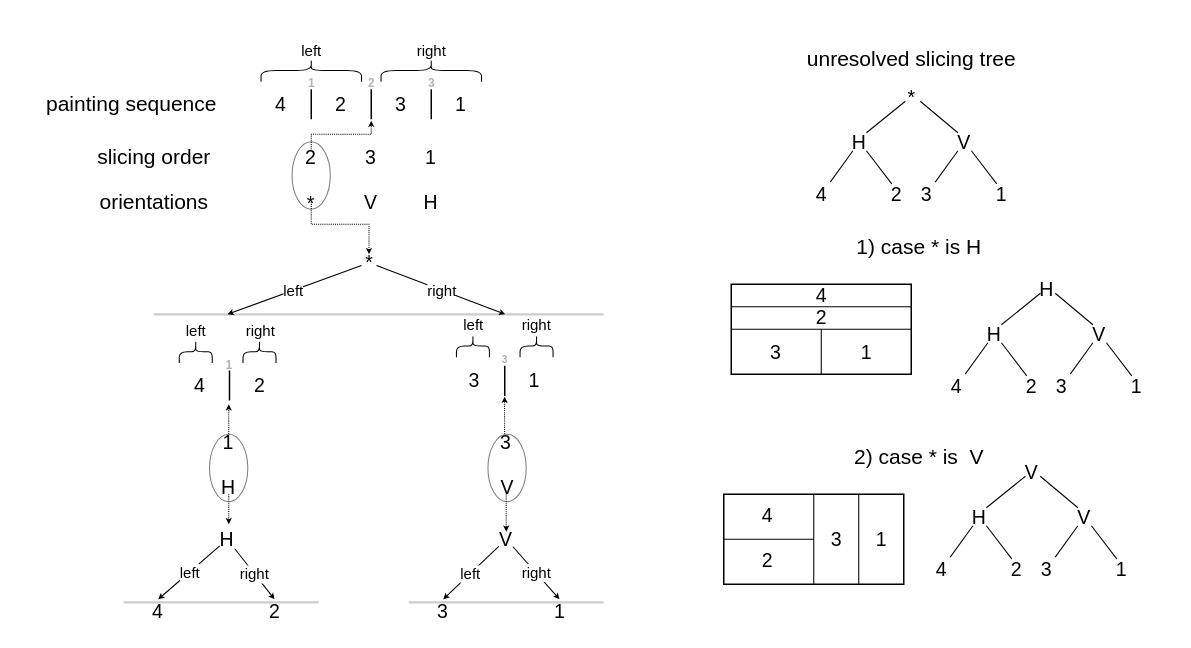
TaIos/master-thesis keeps this draw.io diagram as src/thesis/figures/slicing_tree_construction.drawio. Above is the earlier version. Source tidied: cells renumbered, new cells numbered last; positions are measured from the earlier drawing's top-left corner, leaving out a move shared by most shapes. Both pictures are drawn from the tidied source at 150%, with x=0, y=0 at pixel (26, 26).
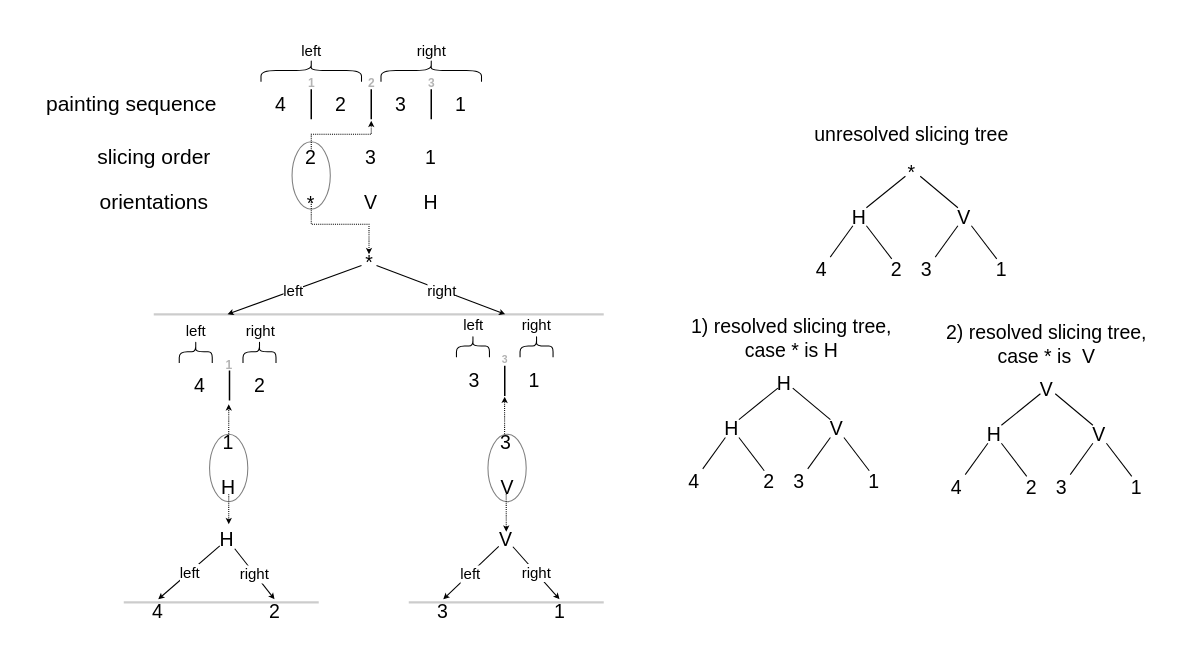
The same page after the edit.

Commit message (it also covers changes not shown here):
writing: remove layout from slicing tree construction

Change to the diagram source:
```diff
@@
-    <mxCell id="72" style="rounded=0;whiteSpace=wrap;html=1;fontFamily=Helvetica;fontSize=13;fontColor=none;fillColor=none;gradientColor=none;" parent="1" vertex="1">
-      <mxGeometry x="470" y="172" width="120" height="60" as="geometry" />
-    </mxCell>
-    <mxCell id="73" style="endArrow=none;html=1;rounded=0;labelBackgroundColor=default;strokeColor=default;strokeWidth=0.7;fontFamily=Helvetica;fontSize=13;fontColor=none;endSize=2;shape=connector;exitX=0;exitY=0.5;exitDx=0;exitDy=0;entryX=1;entryY=0.5;entryDx=0;entryDy=0;" parent="1" edge="1" source="72" target="72">
-      <mxGeometry relative="1" as="geometry" />
-    </mxCell>
-    <mxCell id="74" style="endArrow=none;html=1;rounded=0;labelBackgroundColor=default;strokeColor=default;strokeWidth=0.7;fontFamily=Helvetica;fontSize=13;fontColor=none;endSize=2;shape=connector;entryX=0.5;entryY=1;entryDx=0;entryDy=0;" parent="1" edge="1" target="72">
-      <mxGeometry relative="1" as="geometry">
-        <mxPoint x="530" y="202" as="sourcePoint" />
-      </mxGeometry>
-    </mxCell>
-    <mxCell id="75" style="endArrow=none;html=1;rounded=0;labelBackgroundColor=default;strokeColor=default;strokeWidth=0.7;fontFamily=Helvetica;fontSize=13;fontColor=none;endSize=2;shape=connector;exitX=0;exitY=0.5;exitDx=0;exitDy=0;entryX=1;entryY=0.5;entryDx=0;entryDy=0;" parent="1" edge="1">
-      <mxGeometry relative="1" as="geometry">
-        <mxPoint x="470" y="187" as="sourcePoint" />
-        <mxPoint x="590" y="187" as="targetPoint" />
-      </mxGeometry>
-    </mxCell>
-    <mxCell id="76" value="&lt;font style=&quot;font-size: 14px;&quot;&gt;1) case * is&amp;nbsp;H&lt;/font&gt;" style="text;html=1;align=center;verticalAlign=middle;strokeColor=none;fillColor=none;fontSize=13;fontFamily=Helvetica;fontColor=none;" parent="1" vertex="1">
-      <mxGeometry x="540" y="132" width="110" height="30" as="geometry" />
+    <mxCell id="76" value="&lt;font style=&quot;font-size: 13px;&quot;&gt;1) resolved slicing tree,&lt;br&gt;case * is&amp;nbsp;H&lt;/font&gt;" style="text;html=1;align=center;verticalAlign=middle;strokeColor=none;fillColor=none;fontSize=13;fontFamily=Helvetica;fontColor=none;" parent="1" vertex="1">
+      <mxGeometry x="430" y="188.2" width="160" height="40" as="geometry" />
     </mxCell>
     <mxCell id="77" style="group;" parent="1" vertex="1">
-      <mxGeometry x="515" y="32" width="150" height="95" as="geometry" />
+      <mxGeometry x="515" y="82" width="150" height="95" as="geometry" />
     </mxCell>
@@
     <mxCell id="91" style="group;" parent="1" vertex="1">
-      <mxGeometry x="595" y="282" width="150" height="95" as="geometry" />
+      <mxGeometry x="605" y="227" width="150" height="95" as="geometry" />
     </mxCell>
@@
-    <mxCell id="105" value="3" style="text;html=1;strokeColor=none;fillColor=none;align=center;verticalAlign=middle;whiteSpace=wrap;rounded=0;fontFamily=Helvetica;fontSize=13;fontColor=none;" parent="1" vertex="1">
-      <mxGeometry x="470" y="202" width="60" height="30" as="geometry" />
-    </mxCell>
-    <mxCell id="106" value="1" style="text;html=1;align=center;verticalAlign=middle;strokeColor=none;fillColor=none;fontSize=13;fontFamily=Helvetica;fontColor=none;" parent="1" vertex="1">
-      <mxGeometry x="545" y="202" width="30" height="30" as="geometry" />
-    </mxCell>
-    <mxCell id="107" value="2" style="text;html=1;align=center;verticalAlign=middle;strokeColor=none;fillColor=none;fontSize=13;fontFamily=Helvetica;fontColor=none;" parent="1" vertex="1">
-      <mxGeometry x="515" y="179" width="30" height="30" as="geometry" />
-    </mxCell>
-    <mxCell id="108" value="4" style="text;html=1;align=center;verticalAlign=middle;strokeColor=none;fillColor=none;fontSize=13;fontFamily=Helvetica;fontColor=none;" parent="1" vertex="1">
-      <mxGeometry x="515" y="164" width="30" height="30" as="geometry" />
-    </mxCell>
     <mxCell id="109" style="group;" parent="1" vertex="1">
-      <mxGeometry x="605" y="160" width="150" height="95" as="geometry" />
+      <mxGeometry x="430" y="223.2" width="150" height="95" as="geometry" />
     </mxCell>
@@
-    <mxCell id="123" style="rounded=0;whiteSpace=wrap;html=1;fontFamily=Helvetica;fontSize=13;fontColor=none;fillColor=none;gradientColor=none;" parent="1" vertex="1">
-      <mxGeometry x="465" y="312" width="120" height="60" as="geometry" />
-    </mxCell>
-    <mxCell id="124" value="&lt;font style=&quot;font-size: 14px;&quot;&gt;2) case * is&amp;nbsp; V&lt;/font&gt;" style="text;html=1;align=center;verticalAlign=middle;strokeColor=none;fillColor=none;fontSize=13;fontFamily=Helvetica;fontColor=none;" parent="1" vertex="1">
-      <mxGeometry x="540" y="272" width="110" height="30" as="geometry" />
+    <mxCell id="124" value="&lt;font style=&quot;font-size: 13px;&quot;&gt;2) resolved slicing tree,&lt;br&gt;case * is&amp;nbsp; V&lt;/font&gt;" style="text;html=1;align=center;verticalAlign=middle;strokeColor=none;fillColor=none;fontSize=13;fontFamily=Helvetica;fontColor=none;" parent="1" vertex="1">
+      <mxGeometry x="600" y="192" width="160" height="40" as="geometry" />
     </mxCell>
-    <mxCell id="125" style="endArrow=none;html=1;rounded=0;labelBackgroundColor=default;strokeColor=default;strokeWidth=0.7;fontFamily=Helvetica;fontSize=13;fontColor=none;endSize=2;shape=connector;exitX=0.5;exitY=1;exitDx=0;exitDy=0;entryX=0.5;entryY=0;entryDx=0;entryDy=0;" parent="1" edge="1" source="123" target="123">
-      <mxGeometry relative="1" as="geometry" />
-    </mxCell>
-    <mxCell id="126" style="endArrow=none;html=1;rounded=0;labelBackgroundColor=default;strokeColor=default;strokeWidth=0.7;fontFamily=Helvetica;fontSize=13;fontColor=none;endSize=2;shape=connector;exitX=0;exitY=0.5;exitDx=0;exitDy=0;" parent="1" edge="1" source="123">
-      <mxGeometry relative="1" as="geometry">
-        <mxPoint x="525" y="342" as="targetPoint" />
-      </mxGeometry>
-    </mxCell>
-    <mxCell id="127" style="endArrow=none;html=1;rounded=0;labelBackgroundColor=default;strokeColor=default;strokeWidth=0.7;fontFamily=Helvetica;fontSize=13;fontColor=none;endSize=2;shape=connector;entryX=0.75;entryY=0;entryDx=0;entryDy=0;exitX=0.75;exitY=1;exitDx=0;exitDy=0;" parent="1" edge="1" source="123" target="123">
-      <mxGeometry relative="1" as="geometry" />
-    </mxCell>
-    <mxCell id="128" value="4" style="text;html=1;align=center;verticalAlign=middle;strokeColor=none;fillColor=none;fontSize=13;fontFamily=Helvetica;fontColor=none;" parent="1" vertex="1">
-      <mxGeometry x="479" y="311" width="30" height="30" as="geometry" />
-    </mxCell>
-    <mxCell id="129" value="2" style="text;html=1;align=center;verticalAlign=middle;strokeColor=none;fillColor=none;fontSize=13;fontFamily=Helvetica;fontColor=none;" parent="1" vertex="1">
-      <mxGeometry x="479" y="341" width="30" height="30" as="geometry" />
-    </mxCell>
-    <mxCell id="130" value="3" style="text;html=1;align=center;verticalAlign=middle;strokeColor=none;fillColor=none;fontSize=13;fontFamily=Helvetica;fontColor=none;" parent="1" vertex="1">
-      <mxGeometry x="525" y="327" width="30" height="30" as="geometry" />
-    </mxCell>
-    <mxCell id="131" value="1" style="text;html=1;align=center;verticalAlign=middle;strokeColor=none;fillColor=none;fontSize=13;fontFamily=Helvetica;fontColor=none;" parent="1" vertex="1">
-      <mxGeometry x="555" y="327" width="30" height="30" as="geometry" />
-    </mxCell>
-    <mxCell id="132" value="&lt;font style=&quot;font-size: 14px;&quot;&gt;unresolved slicing tree&lt;/font&gt;" style="text;html=1;align=center;verticalAlign=middle;strokeColor=none;fillColor=none;fontSize=13;fontFamily=Helvetica;fontColor=none;" parent="1" vertex="1">
-      <mxGeometry x="510" y="7" width="160" height="30" as="geometry" />
+    <mxCell id="132" value="&lt;font style=&quot;font-size: 13px;&quot;&gt;unresolved slicing tree&lt;/font&gt;" style="text;html=1;align=center;verticalAlign=middle;strokeColor=none;fillColor=none;fontSize=13;fontFamily=Helvetica;fontColor=none;" parent="1" vertex="1">
+      <mxGeometry x="515" y="57" width="150" height="30" as="geometry" />
     </mxCell>
```
